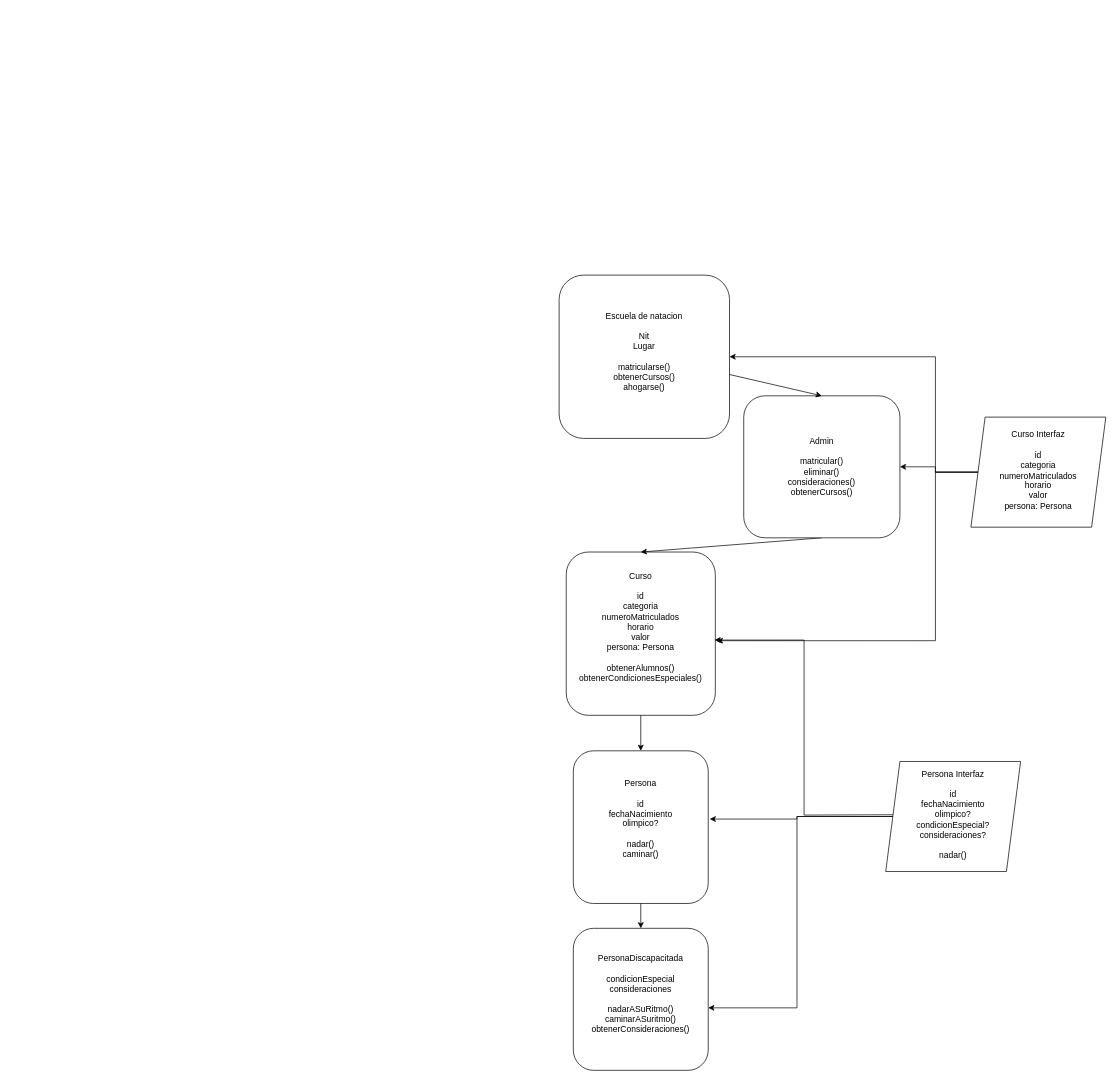
The draw.io diagram Diagrama sin título.drawio in Sonny97/BEM, before the edit. Source tidied: cells renumbered, new cells numbered last; positions are measured from the earlier drawing's top-left corner, leaving out a move shared by most shapes. Both pictures are drawn from the tidied source at 71%, with x=0, y=0 at pixel (559, 275).
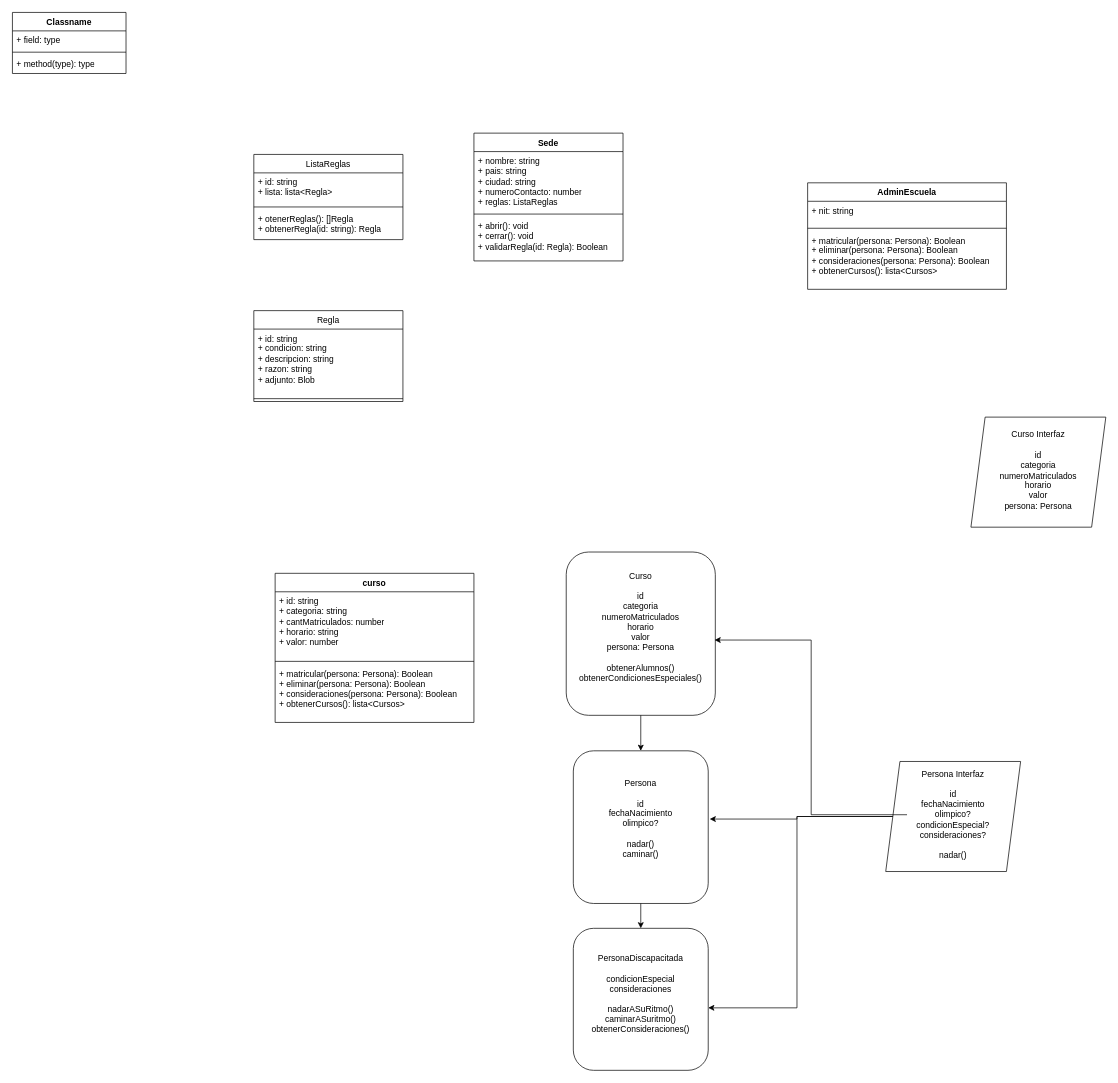
Above is the later version.

Unchanged cells that the change refers to:
```xml
<mxCell id="6" style="rounded=1;whiteSpace=wrap;html=1;" parent="1" vertex="1">
  <mxGeometry x="10" y="390" width="210" height="230" as="geometry" />
</mxCell>
<mxCell id="18" style="shape=parallelogram;perimeter=parallelogramPerimeter;whiteSpace=wrap;html=1;fixedSize=1;" parent="1" vertex="1">
  <mxGeometry x="580" y="200" width="190" height="155" as="geometry" />
</mxCell>
<mxCell id="22" value="Persona Interfaz&lt;div&gt;&lt;br&gt;&lt;/div&gt;&lt;div&gt;id&lt;/div&gt;&lt;div&gt;fechaNacimiento&lt;/div&gt;&lt;div&gt;olimpico?&lt;/div&gt;&lt;div&gt;condicionEspecial?&lt;/div&gt;&lt;div&gt;consideraciones?&lt;/div&gt;&lt;div&gt;&lt;br&gt;&lt;/div&gt;&lt;div&gt;nadar()&lt;/div&gt;" style="text;html=1;align=center;verticalAlign=middle;whiteSpace=wrap;rounded=0;" parent="1" vertex="1">
  <mxGeometry x="490" y="695" width="130" height="130" as="geometry" />
</mxCell>
```

What changed in the source:
```diff
@@
-    <mxCell id="2" style="rounded=1;whiteSpace=wrap;html=1;" parent="1" vertex="1">
-      <mxGeometry width="240" height="230" as="geometry" />
-    </mxCell>
-    <mxCell id="3" value="Escuela de natacion&lt;div&gt;&lt;br&gt;&lt;div&gt;Nit&lt;/div&gt;&lt;div&gt;Lugar&lt;/div&gt;&lt;div&gt;&lt;br&gt;&lt;/div&gt;&lt;div&gt;matricularse()&lt;/div&gt;&lt;div&gt;obtenerCursos()&lt;/div&gt;&lt;div&gt;ahogarse()&lt;br&gt;&lt;div&gt;&lt;br&gt;&lt;/div&gt;&lt;/div&gt;&lt;/div&gt;" style="text;html=1;align=center;verticalAlign=middle;whiteSpace=wrap;rounded=0;" parent="1" vertex="1">
-      <mxGeometry x="30" y="15" width="180" height="200" as="geometry" />
-    </mxCell>
@@
-    <mxCell id="8" style="endArrow=classic;html=1;rounded=0;entryX=0.5;entryY=0;entryDx=0;entryDy=0;exitX=0.5;exitY=1;exitDx=0;exitDy=0;" parent="1" edge="1" source="13" target="6">
-      <mxGeometry relative="1" as="geometry" />
-    </mxCell>
@@
-    <mxCell id="13" style="rounded=1;whiteSpace=wrap;html=1;" parent="1" vertex="1">
-      <mxGeometry x="260" y="170" width="220" height="200" as="geometry" />
-    </mxCell>
-    <mxCell id="14" value="Admin&lt;div&gt;&lt;br&gt;&lt;/div&gt;&lt;div&gt;matricular()&lt;/div&gt;&lt;div&gt;eliminar()&lt;/div&gt;&lt;div&gt;consideraciones()&lt;/div&gt;&lt;div&gt;obtenerCursos()&lt;/div&gt;" style="text;html=1;align=center;verticalAlign=middle;whiteSpace=wrap;rounded=0;" parent="1" vertex="1">
-      <mxGeometry x="280" y="190" width="180" height="160" as="geometry" />
-    </mxCell>
-    <mxCell id="15" style="endArrow=classic;html=1;rounded=0;exitX=1;exitY=0.5;exitDx=0;exitDy=0;entryX=0.5;entryY=0;entryDx=0;entryDy=0;" parent="1" edge="1" target="13">
-      <mxGeometry relative="1" as="geometry">
-        <mxPoint x="240" y="140" as="sourcePoint" />
-      </mxGeometry>
-    </mxCell>
-    <mxCell id="16" style="edgeStyle=orthogonalEdgeStyle;rounded=0;jettySize=auto;html=1;entryX=1;entryY=0.5;entryDx=0;entryDy=0;" parent="1" edge="1" source="18" target="13">
-      <mxGeometry relative="1" as="geometry" />
-    </mxCell>
-    <mxCell id="17" style="edgeStyle=orthogonalEdgeStyle;rounded=0;jettySize=auto;html=1;entryX=1;entryY=0.5;entryDx=0;entryDy=0;" parent="1" edge="1" source="18" target="2">
-      <mxGeometry relative="1" as="geometry">
-        <Array as="points">
-          <mxPoint x="530" y="278" />
-          <mxPoint x="530" y="115" />
-        </Array>
-      </mxGeometry>
-    </mxCell>
@@
-    <mxCell id="20" style="edgeStyle=orthogonalEdgeStyle;rounded=0;jettySize=auto;html=1;entryX=1.01;entryY=0.543;entryDx=0;entryDy=0;entryPerimeter=0;" parent="1" edge="1" source="18" target="6">
-      <mxGeometry relative="1" as="geometry">
-        <Array as="points">
-          <mxPoint x="530" y="278" />
-          <mxPoint x="530" y="515" />
-        </Array>
-      </mxGeometry>
-    </mxCell>
@@
-    <mxCell id="25" style="edgeStyle=orthogonalEdgeStyle;rounded=0;jettySize=auto;html=1;entryX=0.995;entryY=0.539;entryDx=0;entryDy=0;entryPerimeter=0;" parent="1" edge="1" target="6">
-      <mxGeometry relative="1" as="geometry">
-        <mxPoint x="470" y="760" as="sourcePoint" />
-      </mxGeometry>
+    <mxCell id="25" style="edgeStyle=orthogonalEdgeStyle;rounded=0;jettySize=auto;html=1;entryX=0.995;entryY=0.539;entryDx=0;entryDy=0;entryPerimeter=0;" parent="1" edge="1" source="22" target="6">
+      <mxGeometry relative="1" as="geometry" />
     </mxCell>
+    <mxCell id="26" value="Classname" style="swimlane;fontStyle=1;align=center;verticalAlign=top;horizontal=1;startSize=26;whiteSpace=wrap;html=1;" parent="1" vertex="1">
+      <mxGeometry x="-770" y="-370" width="160" height="86" as="geometry" />
+    </mxCell>
+    <mxCell id="27" value="+ field: type" style="text;strokeColor=none;fillColor=none;align=left;verticalAlign=top;spacingLeft=4;spacingRight=4;overflow=hidden;whiteSpace=wrap;html=1;" parent="26" vertex="1">
+      <mxGeometry y="26" width="160" height="26" as="geometry" />
+    </mxCell>
+    <mxCell id="28" style="line;strokeWidth=1;fillColor=none;align=left;verticalAlign=middle;spacingTop=-1;spacingLeft=3;spacingRight=3;labelPosition=right;strokeColor=inherit;" parent="26" vertex="1">
+      <mxGeometry y="52" width="160" height="8" as="geometry" />
+    </mxCell>
+    <mxCell id="29" value="+ method(type): type" style="text;strokeColor=none;fillColor=none;align=left;verticalAlign=top;spacingLeft=4;spacingRight=4;overflow=hidden;whiteSpace=wrap;html=1;" parent="26" vertex="1">
+      <mxGeometry y="60" width="160" height="26" as="geometry" />
+    </mxCell>
+    <mxCell id="30" value="Sede" style="swimlane;fontStyle=1;align=center;verticalAlign=top;horizontal=1;startSize=26;whiteSpace=wrap;html=1;" parent="1" vertex="1">
+      <mxGeometry x="-120" y="-200" width="210" height="180" as="geometry" />
+    </mxCell>
+    <mxCell id="31" value="+ nombre: string&lt;div&gt;+ pais: string&lt;/div&gt;&lt;div&gt;+ ciudad: string&lt;/div&gt;&lt;div&gt;+ numeroContacto: number&lt;/div&gt;&lt;div&gt;+ reglas: ListaReglas&lt;/div&gt;" style="text;strokeColor=none;fillColor=none;align=left;verticalAlign=top;spacingLeft=4;spacingRight=4;overflow=hidden;whiteSpace=wrap;html=1;" parent="30" vertex="1">
+      <mxGeometry y="26" width="210" height="84" as="geometry" />
+    </mxCell>
+    <mxCell id="32" style="line;strokeWidth=1;fillColor=none;align=left;verticalAlign=middle;spacingTop=-1;spacingLeft=3;spacingRight=3;labelPosition=right;strokeColor=inherit;" parent="30" vertex="1">
+      <mxGeometry y="110" width="210" height="8" as="geometry" />
+    </mxCell>
+    <mxCell id="33" value="+ abrir(): void&amp;nbsp;&lt;div&gt;+ cerrar(): void&lt;br&gt;&lt;/div&gt;&lt;div&gt;+ validarRegla(id: Regla): Boolean&amp;nbsp;&lt;br&gt;&lt;/div&gt;" style="text;strokeColor=none;fillColor=none;align=left;verticalAlign=top;spacingLeft=4;spacingRight=4;overflow=hidden;whiteSpace=wrap;html=1;" parent="30" vertex="1">
+      <mxGeometry y="118" width="210" height="62" as="geometry" />
+    </mxCell>
+    <mxCell id="34" value="&lt;span style=&quot;font-weight: 400;&quot;&gt;ListaReglas&lt;/span&gt;" style="swimlane;fontStyle=1;align=center;verticalAlign=top;horizontal=1;startSize=26;whiteSpace=wrap;html=1;" parent="1" vertex="1">
+      <mxGeometry x="-430" y="-170" width="210" height="120" as="geometry" />
+    </mxCell>
+    <mxCell id="35" value="+ id: string&lt;div&gt;+ lista: lista&amp;lt;Regla&amp;gt;&lt;/div&gt;" style="text;strokeColor=none;fillColor=none;align=left;verticalAlign=top;spacingLeft=4;spacingRight=4;overflow=hidden;whiteSpace=wrap;html=1;" parent="34" vertex="1">
+      <mxGeometry y="26" width="210" height="44" as="geometry" />
+    </mxCell>
+    <mxCell id="36" style="line;strokeWidth=1;fillColor=none;align=left;verticalAlign=middle;spacingTop=-1;spacingLeft=3;spacingRight=3;labelPosition=right;strokeColor=inherit;" parent="34" vertex="1">
+      <mxGeometry y="70" width="210" height="8" as="geometry" />
+    </mxCell>
+    <mxCell id="37" value="+ otenerReglas(): []Regla&amp;nbsp;&lt;div&gt;+ obtenerRegla(id: string): Regla&lt;br&gt;&lt;/div&gt;" style="text;strokeColor=none;fillColor=none;align=left;verticalAlign=top;spacingLeft=4;spacingRight=4;overflow=hidden;whiteSpace=wrap;html=1;" parent="34" vertex="1">
+      <mxGeometry y="78" width="210" height="42" as="geometry" />
+    </mxCell>
+    <mxCell id="38" value="&lt;span style=&quot;font-weight: 400;&quot;&gt;Regla&lt;/span&gt;" style="swimlane;fontStyle=1;align=center;verticalAlign=top;horizontal=1;startSize=26;whiteSpace=wrap;html=1;" parent="1" vertex="1">
+      <mxGeometry x="-430" y="50" width="210" height="128" as="geometry" />
+    </mxCell>
+    <mxCell id="39" value="+ id: string&lt;div&gt;+ condicion: string&lt;/div&gt;&lt;div&gt;+ descripcion: string&lt;/div&gt;&lt;div&gt;+ razon: string&lt;/div&gt;&lt;div&gt;+ adjunto: Blob&lt;/div&gt;" style="text;strokeColor=none;fillColor=none;align=left;verticalAlign=top;spacingLeft=4;spacingRight=4;overflow=hidden;whiteSpace=wrap;html=1;" parent="38" vertex="1">
+      <mxGeometry y="26" width="210" height="94" as="geometry" />
+    </mxCell>
+    <mxCell id="40" style="line;strokeWidth=1;fillColor=none;align=left;verticalAlign=middle;spacingTop=-1;spacingLeft=3;spacingRight=3;labelPosition=right;strokeColor=inherit;" parent="38" vertex="1">
+      <mxGeometry y="120" width="210" height="8" as="geometry" />
+    </mxCell>
+    <mxCell id="41" value="AdminEscuela" style="swimlane;fontStyle=1;align=center;verticalAlign=top;horizontal=1;startSize=26;whiteSpace=wrap;html=1;" parent="1" vertex="1">
+      <mxGeometry x="350" y="-130" width="280" height="150" as="geometry" />
+    </mxCell>
+    <mxCell id="42" value="+ nit: string" style="text;strokeColor=none;fillColor=none;align=left;verticalAlign=top;spacingLeft=4;spacingRight=4;overflow=hidden;whiteSpace=wrap;html=1;" parent="41" vertex="1">
+      <mxGeometry y="26" width="280" height="34" as="geometry" />
+    </mxCell>
+    <mxCell id="43" style="line;strokeWidth=1;fillColor=none;align=left;verticalAlign=middle;spacingTop=-1;spacingLeft=3;spacingRight=3;labelPosition=right;strokeColor=inherit;" parent="41" vertex="1">
+      <mxGeometry y="60" width="280" height="8" as="geometry" />
+    </mxCell>
+    <mxCell id="44" value="&lt;div&gt;+ matricular(persona: Persona): Boolean&lt;/div&gt;&lt;div&gt;+ eliminar(persona: Persona): Boolean&lt;/div&gt;&lt;div&gt;+ consideraciones(persona: Persona): Boolean&lt;/div&gt;&lt;div&gt;+ obtenerCursos(): lista&amp;lt;Cursos&amp;gt;&lt;/div&gt;" style="text;strokeColor=none;fillColor=none;align=left;verticalAlign=top;spacingLeft=4;spacingRight=4;overflow=hidden;whiteSpace=wrap;html=1;" parent="41" vertex="1">
+      <mxGeometry y="68" width="280" height="82" as="geometry" />
+    </mxCell>
+    <mxCell id="45" value="curso" style="swimlane;fontStyle=1;align=center;verticalAlign=top;horizontal=1;startSize=26;whiteSpace=wrap;html=1;" parent="1" vertex="1">
+      <mxGeometry x="-400" y="420" width="280" height="210" as="geometry" />
+    </mxCell>
+    <mxCell id="46" value="+ id: string&lt;div&gt;+ categoria: string&lt;/div&gt;&lt;div&gt;+ cantMatriculados: number&lt;/div&gt;&lt;div&gt;+ horario: string&lt;/div&gt;&lt;div&gt;+ valor: number&lt;/div&gt;" style="text;strokeColor=none;fillColor=none;align=left;verticalAlign=top;spacingLeft=4;spacingRight=4;overflow=hidden;whiteSpace=wrap;html=1;" parent="45" vertex="1">
+      <mxGeometry y="26" width="280" height="94" as="geometry" />
+    </mxCell>
+    <mxCell id="47" style="line;strokeWidth=1;fillColor=none;align=left;verticalAlign=middle;spacingTop=-1;spacingLeft=3;spacingRight=3;labelPosition=right;strokeColor=inherit;" parent="45" vertex="1">
+      <mxGeometry y="120" width="280" height="8" as="geometry" />
+    </mxCell>
+    <mxCell id="48" value="&lt;div&gt;+ matricular(persona: Persona): Boolean&lt;/div&gt;&lt;div&gt;+ eliminar(persona: Persona): Boolean&lt;/div&gt;&lt;div&gt;+ consideraciones(persona: Persona): Boolean&lt;/div&gt;&lt;div&gt;+ obtenerCursos(): lista&amp;lt;Cursos&amp;gt;&lt;/div&gt;" style="text;strokeColor=none;fillColor=none;align=left;verticalAlign=top;spacingLeft=4;spacingRight=4;overflow=hidden;whiteSpace=wrap;html=1;" parent="45" vertex="1">
+      <mxGeometry y="128" width="280" height="82" as="geometry" />
+    </mxCell>
```
